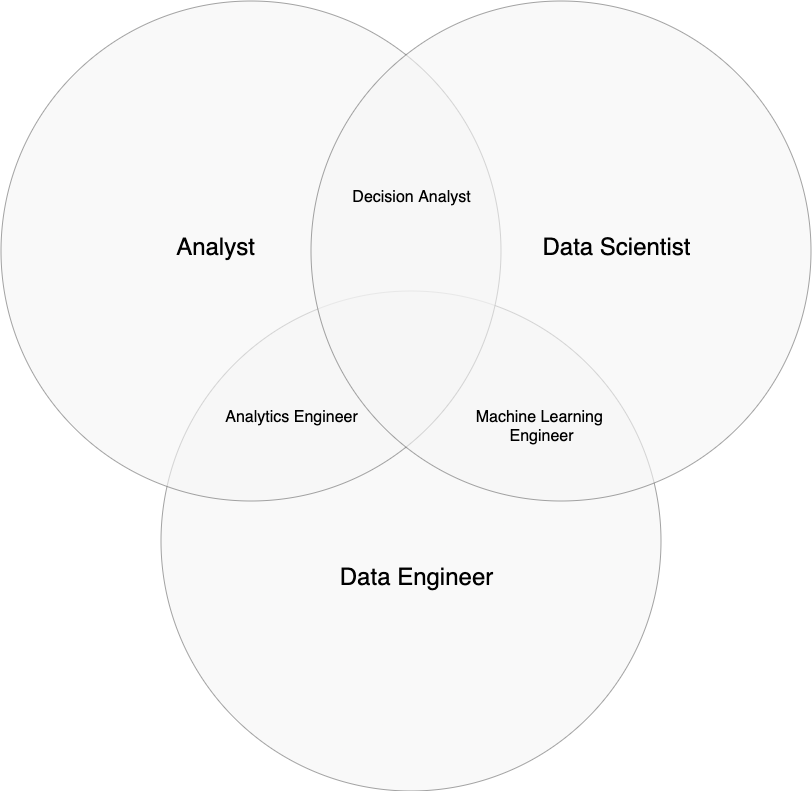
Before: slides/diagrams/data_jobs.png, a diagram exported from draw.io (jmperafan/Analyzing-Data). Source tidied: cells renumbered, new cells last; positions are measured from the earlier drawing's top-left corner, leaving out a move shared by most shapes. Its diagram source:
```xml
<mxGraphModel>
  <root>
    <mxCell id="0" />
    <mxCell id="1" parent="0" />
    <mxCell id="2" style="ellipse;fillColor=#f5f5f5;opacity=60;strokeColor=#666666;html=1;fontColor=#333333;" parent="1" vertex="1">
      <mxGeometry x="159.5" y="290.5" width="500" height="500" as="geometry" />
    </mxCell>
    <mxCell id="3" style="ellipse;fillColor=#f5f5f5;opacity=60;strokeColor=#666666;html=1;fontColor=#333333;" parent="1" vertex="1">
      <mxGeometry x="-0.5" y="0.5" width="500" height="500" as="geometry" />
    </mxCell>
    <mxCell id="4" style="ellipse;fillColor=#f5f5f5;opacity=60;strokeColor=#666666;html=1;fontColor=#333333;" parent="1" vertex="1">
      <mxGeometry x="309.5" y="0.5" width="500" height="500" as="geometry" />
    </mxCell>
    <mxCell id="5" value="&lt;font color=&quot;#000000&quot;&gt;Analyst&lt;/font&gt;" style="text;fontSize=24;align=center;verticalAlign=middle;html=1;fontColor=#FFFFFF;" parent="1" vertex="1">
      <mxGeometry x="119.5" y="210.5" width="190" height="70" as="geometry" />
    </mxCell>
    <mxCell id="6" value="&lt;font color=&quot;#000000&quot;&gt;Data Scientist&lt;/font&gt;" style="text;fontSize=24;align=center;verticalAlign=middle;html=1;fontColor=#FFFFFF;" parent="1" vertex="1">
      <mxGeometry x="519.5" y="210.5" width="190" height="70" as="geometry" />
    </mxCell>
    <mxCell id="7" value="&lt;font color=&quot;#000000&quot;&gt;Data Engineer&lt;/font&gt;" style="text;fontSize=24;align=center;verticalAlign=middle;html=1;fontColor=#FFFFFF;" parent="1" vertex="1">
      <mxGeometry x="319.5" y="540.5" width="190" height="70" as="geometry" />
    </mxCell>
    <mxCell id="8" value="&lt;font color=&quot;#000000&quot;&gt;Decision Analyst&lt;/font&gt;" style="text;align=center;html=1;fontColor=#FFFFFF;fontSize=16;" parent="1" vertex="1">
      <mxGeometry x="389.5" y="180.5" width="40" height="40" as="geometry" />
    </mxCell>
    <mxCell id="9" value="&lt;font color=&quot;#000000&quot;&gt;Analytics Engineer&lt;/font&gt;" style="text;align=center;html=1;fontColor=#FFFFFF;fontSize=16;" parent="1" vertex="1">
      <mxGeometry x="269.5" y="400.5" width="40" height="40" as="geometry" />
    </mxCell>
    <mxCell id="10" value="&lt;font color=&quot;#000000&quot;&gt;Machine Learning &lt;br&gt;Engineer&lt;/font&gt;" style="text;align=center;html=1;fontColor=#FFFFFF;fontSize=16;" parent="1" vertex="1">
      <mxGeometry x="519.5" y="400.5" width="40" height="40" as="geometry" />
    </mxCell>
  </root>
</mxGraphModel>
```
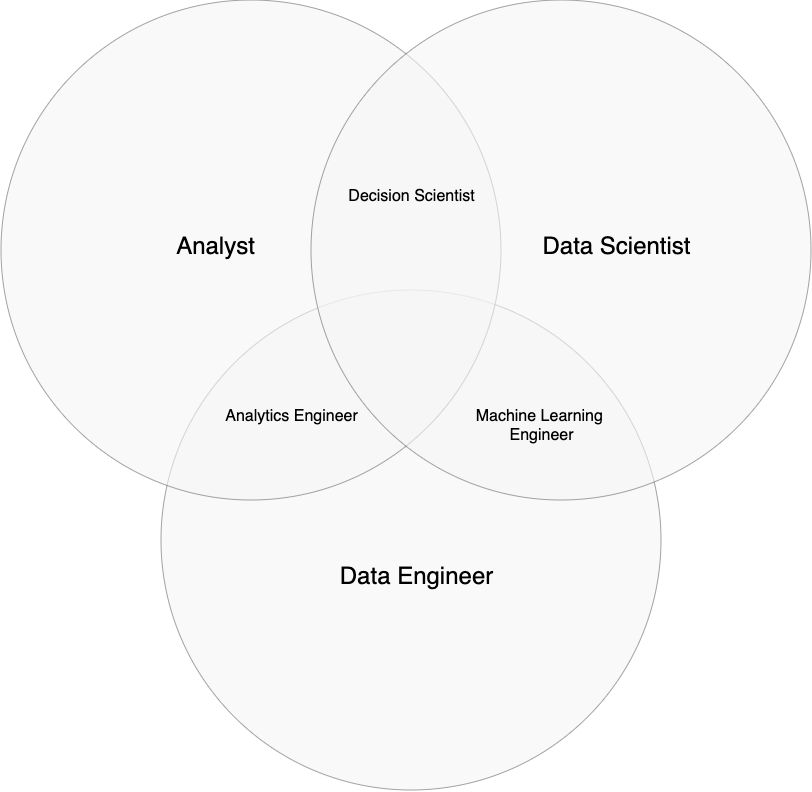
After the change.

Commit message:
Diagrams corrected: Decision scientist instead of Decision Analyst

The edit, as a diff of the source:
```diff
@@ -20,7 +20,7 @@
     <mxCell id="7" value="&lt;font color=&quot;#000000&quot;&gt;Data Engineer&lt;/font&gt;" style="text;fontSize=24;align=center;verticalAlign=middle;html=1;fontColor=#FFFFFF;" parent="1" vertex="1">
       <mxGeometry x="319.5" y="540.5" width="190" height="70" as="geometry" />
     </mxCell>
-    <mxCell id="8" value="&lt;font color=&quot;#000000&quot;&gt;Decision Analyst&lt;/font&gt;" style="text;align=center;html=1;fontColor=#FFFFFF;fontSize=16;" parent="1" vertex="1">
+    <mxCell id="8" value="&lt;font color=&quot;#000000&quot;&gt;Decision Scientist&lt;/font&gt;" style="text;align=center;html=1;fontColor=#FFFFFF;fontSize=16;" parent="1" vertex="1">
       <mxGeometry x="389.5" y="180.5" width="40" height="40" as="geometry" />
     </mxCell>
     <mxCell id="9" value="&lt;font color=&quot;#000000&quot;&gt;Analytics Engineer&lt;/font&gt;" style="text;align=center;html=1;fontColor=#FFFFFF;fontSize=16;" parent="1" vertex="1">
```
